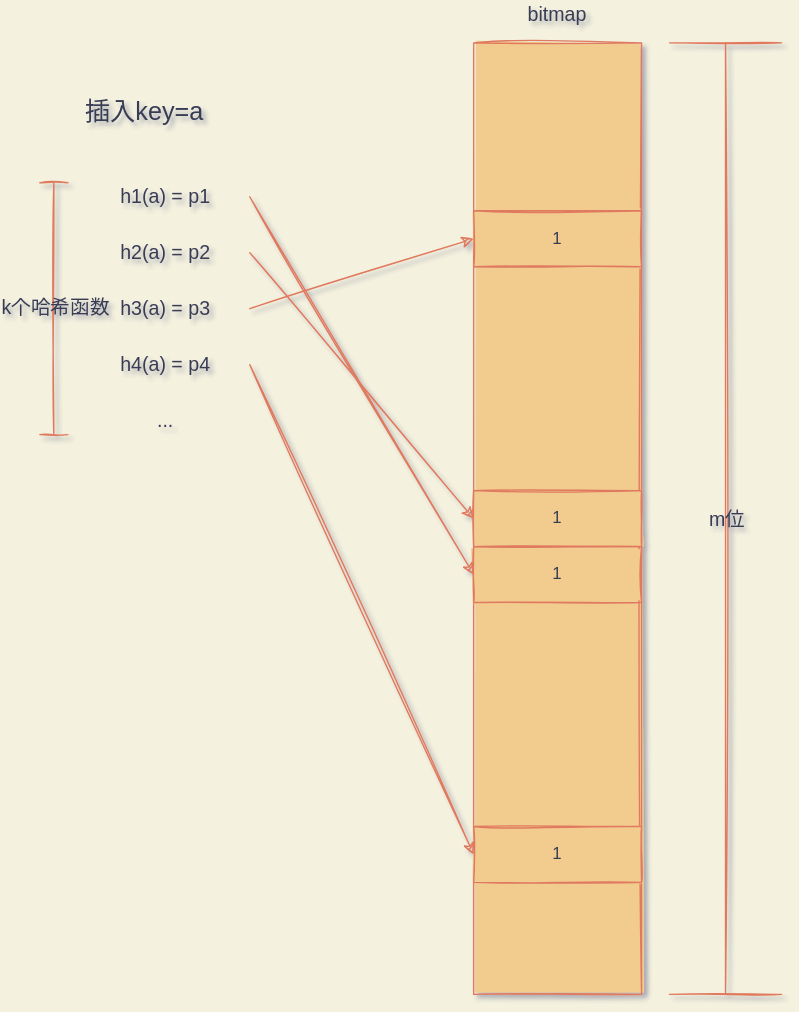
Before: inserting-key-into-bloom-filter.drawio.svg, a diagram exported from draw.io (oliverdding/images). Source tidied: cells renumbered, new cells last; positions are measured from the earlier drawing's top-left corner, leaving out a move shared by most shapes.
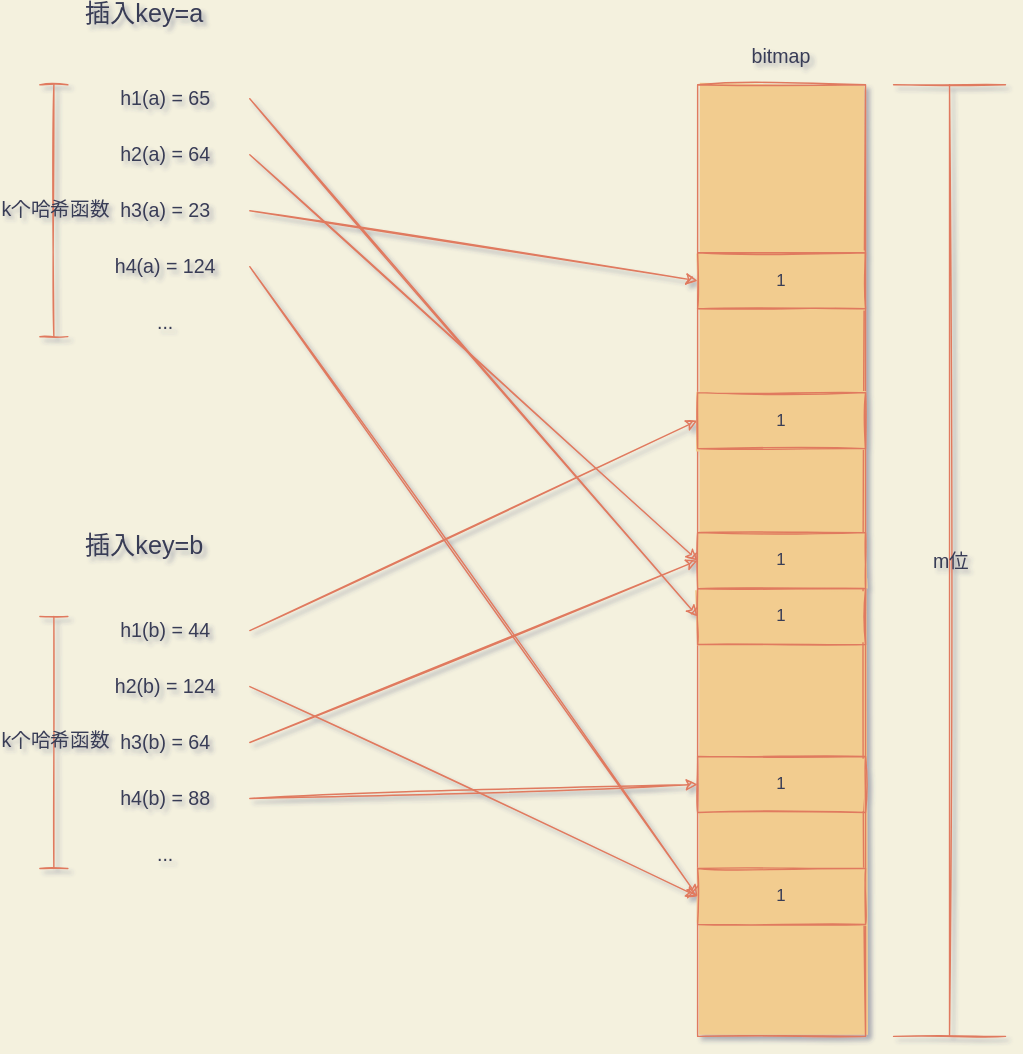
After the change.

Change to the diagram source:
```diff
@@ -18,31 +18,31 @@
       <mxGeometry x="310" y="590" width="120" height="40" as="geometry" />
     </mxCell>
     <mxCell id="7" value="插入key=a" style="text;html=1;strokeColor=none;fillColor=none;align=center;verticalAlign=middle;whiteSpace=wrap;rounded=0;fontSize=18;fontColor=#393C56;sketch=1;" parent="1" vertex="1">
-      <mxGeometry x="30" y="70" width="90" height="20" as="geometry" />
+      <mxGeometry x="-130" y="-30" width="90" height="20" as="geometry" />
     </mxCell>
     <mxCell id="8" style="edgeStyle=none;html=1;exitX=1;exitY=0.5;exitDx=0;exitDy=0;entryX=0;entryY=0.5;entryDx=0;entryDy=0;fontSize=14;rounded=0;endArrow=classic;strokeColor=#E07A5F;endFill=1;sketch=1;labelBackgroundColor=#F4F1DE;fontColor=#393C56;" parent="1" edge="1" source="9" target="5">
       <mxGeometry relative="1" as="geometry" />
     </mxCell>
-    <mxCell id="9" value="h1(a) = p1" style="text;html=1;strokeColor=none;fillColor=none;align=center;verticalAlign=middle;whiteSpace=wrap;rounded=0;fontSize=14;fontColor=#393C56;sketch=1;" parent="1" vertex="1">
-      <mxGeometry x="30" y="130" width="120" height="20" as="geometry" />
+    <mxCell id="9" value="h1(a) = 65" style="text;html=1;strokeColor=none;fillColor=none;align=center;verticalAlign=middle;whiteSpace=wrap;rounded=0;fontSize=14;fontColor=#393C56;sketch=1;" parent="1" vertex="1">
+      <mxGeometry x="-130" y="30" width="120" height="20" as="geometry" />
     </mxCell>
     <mxCell id="10" style="edgeStyle=none;html=1;exitX=1;exitY=0.5;exitDx=0;exitDy=0;entryX=0;entryY=0.5;entryDx=0;entryDy=0;fontSize=14;rounded=0;endArrow=classic;strokeColor=#E07A5F;endFill=1;sketch=1;labelBackgroundColor=#F4F1DE;fontColor=#393C56;" parent="1" edge="1" source="11" target="4">
       <mxGeometry relative="1" as="geometry" />
     </mxCell>
-    <mxCell id="11" value="h2(a) = p2" style="text;html=1;strokeColor=none;fillColor=none;align=center;verticalAlign=middle;whiteSpace=wrap;rounded=0;fontSize=14;fontColor=#393C56;sketch=1;" parent="1" vertex="1">
-      <mxGeometry x="30" y="170" width="120" height="20" as="geometry" />
+    <mxCell id="11" value="h2(a) = 64" style="text;html=1;strokeColor=none;fillColor=none;align=center;verticalAlign=middle;whiteSpace=wrap;rounded=0;fontSize=14;fontColor=#393C56;sketch=1;" parent="1" vertex="1">
+      <mxGeometry x="-130" y="70" width="120" height="20" as="geometry" />
     </mxCell>
     <mxCell id="12" style="edgeStyle=none;html=1;exitX=1;exitY=0.5;exitDx=0;exitDy=0;entryX=0;entryY=0.5;entryDx=0;entryDy=0;fontSize=14;rounded=0;endArrow=classic;strokeColor=#E07A5F;endFill=1;sketch=1;labelBackgroundColor=#F4F1DE;fontColor=#393C56;" parent="1" edge="1" source="13" target="3">
       <mxGeometry relative="1" as="geometry" />
     </mxCell>
-    <mxCell id="13" value="h3(a) = p3" style="text;html=1;strokeColor=none;fillColor=none;align=center;verticalAlign=middle;whiteSpace=wrap;rounded=0;fontSize=14;fontColor=#393C56;sketch=1;" parent="1" vertex="1">
-      <mxGeometry x="30" y="210" width="120" height="20" as="geometry" />
+    <mxCell id="13" value="h3(a) = 23" style="text;html=1;strokeColor=none;fillColor=none;align=center;verticalAlign=middle;whiteSpace=wrap;rounded=0;fontSize=14;fontColor=#393C56;sketch=1;" parent="1" vertex="1">
+      <mxGeometry x="-130" y="110" width="120" height="20" as="geometry" />
     </mxCell>
     <mxCell id="14" style="edgeStyle=none;html=1;exitX=1;exitY=0.5;exitDx=0;exitDy=0;entryX=0;entryY=0.5;entryDx=0;entryDy=0;fontSize=14;rounded=0;endArrow=classic;strokeColor=#E07A5F;endFill=1;sketch=1;labelBackgroundColor=#F4F1DE;fontColor=#393C56;" parent="1" edge="1" source="15" target="6">
       <mxGeometry relative="1" as="geometry" />
     </mxCell>
-    <mxCell id="15" value="h4(a) = p4" style="text;html=1;strokeColor=none;fillColor=none;align=center;verticalAlign=middle;whiteSpace=wrap;rounded=0;fontSize=14;fontColor=#393C56;sketch=1;" parent="1" vertex="1">
-      <mxGeometry x="30" y="250" width="120" height="20" as="geometry" />
+    <mxCell id="15" value="h4(a) = 124" style="text;html=1;strokeColor=none;fillColor=none;align=center;verticalAlign=middle;whiteSpace=wrap;rounded=0;fontSize=14;fontColor=#393C56;sketch=1;" parent="1" vertex="1">
+      <mxGeometry x="-130" y="150" width="120" height="20" as="geometry" />
     </mxCell>
     <mxCell id="16" value="bitmap" style="text;html=1;strokeColor=none;fillColor=none;align=center;verticalAlign=middle;whiteSpace=wrap;rounded=0;fontSize=14;fontColor=#393C56;sketch=1;" parent="1" vertex="1">
       <mxGeometry x="350" width="40" height="20" as="geometry" />
@@ -71,12 +71,12 @@
       </mxGeometry>
     </mxCell>
     <mxCell id="21" value="..." style="text;html=1;strokeColor=none;fillColor=none;align=center;verticalAlign=middle;whiteSpace=wrap;rounded=0;fontSize=14;sketch=1;fontColor=#393C56;" parent="1" vertex="1">
-      <mxGeometry x="30" y="290" width="120" height="20" as="geometry" />
+      <mxGeometry x="-130" y="190" width="120" height="20" as="geometry" />
     </mxCell>
     <mxCell id="22" style="endArrow=none;html=1;fontSize=14;rounded=0;strokeColor=#E07A5F;sketch=1;labelBackgroundColor=#F4F1DE;fontColor=#393C56;" parent="1" edge="1">
       <mxGeometry relative="1" as="geometry">
-        <mxPoint x="10" y="310" as="sourcePoint" />
-        <mxPoint x="10" y="130" as="targetPoint" />
+        <mxPoint x="-150" y="210" as="sourcePoint" />
+        <mxPoint x="-150" y="30" as="targetPoint" />
       </mxGeometry>
     </mxCell>
     <mxCell id="23" value="k个哈希函数" style="edgeLabel;html=1;align=center;verticalAlign=middle;fontSize=14;rounded=0;labelBackgroundColor=none;fontColor=#393C56;sketch=1;" parent="22" vertex="1">
@@ -84,15 +84,72 @@
     </mxCell>
     <mxCell id="24" style="endArrow=none;html=1;fontSize=14;rounded=0;strokeColor=#E07A5F;sketch=1;labelBackgroundColor=#F4F1DE;fontColor=#393C56;" parent="1" edge="1">
       <mxGeometry relative="1" as="geometry">
-        <mxPoint y="130" as="sourcePoint" />
-        <mxPoint x="20" y="130" as="targetPoint" />
+        <mxPoint x="-160" y="30" as="sourcePoint" />
+        <mxPoint x="-140" y="30" as="targetPoint" />
       </mxGeometry>
     </mxCell>
     <mxCell id="25" style="endArrow=none;html=1;fontSize=14;rounded=0;strokeColor=#E07A5F;sketch=1;labelBackgroundColor=#F4F1DE;fontColor=#393C56;" parent="1" edge="1">
       <mxGeometry relative="1" as="geometry">
-        <mxPoint y="310" as="sourcePoint" />
-        <mxPoint x="20" y="310" as="targetPoint" />
+        <mxPoint x="-160" y="210" as="sourcePoint" />
+        <mxPoint x="-140" y="210" as="targetPoint" />
       </mxGeometry>
     </mxCell>
+    <mxCell id="26" value="插入key=b" style="text;html=1;strokeColor=none;fillColor=none;align=center;verticalAlign=middle;whiteSpace=wrap;rounded=0;fontSize=18;fontColor=#393C56;sketch=1;" parent="1" vertex="1">
+      <mxGeometry x="-130" y="350" width="90" height="20" as="geometry" />
+    </mxCell>
+    <mxCell id="27" style="rounded=0;jettySize=auto;html=1;exitX=1;exitY=0.5;exitDx=0;exitDy=0;entryX=0;entryY=0.5;entryDx=0;entryDy=0;labelBackgroundColor=#F4F1DE;fontSize=14;strokeColor=#E07A5F;fontColor=#393C56;endFill=1;sketch=1;" parent="1" edge="1" source="28" target="40">
+      <mxGeometry relative="1" as="geometry" />
+    </mxCell>
+    <mxCell id="28" value="h1(b) = 44" style="text;html=1;strokeColor=none;fillColor=none;align=center;verticalAlign=middle;whiteSpace=wrap;rounded=0;fontSize=14;fontColor=#393C56;sketch=1;" parent="1" vertex="1">
+      <mxGeometry x="-130" y="410" width="120" height="20" as="geometry" />
+    </mxCell>
+    <mxCell id="29" style="edgeStyle=none;shape=connector;rounded=0;sketch=1;jettySize=auto;html=1;exitX=1;exitY=0.5;exitDx=0;exitDy=0;entryX=0;entryY=0.5;entryDx=0;entryDy=0;labelBackgroundColor=#F4F1DE;fontFamily=Helvetica;fontSize=14;fontColor=#393C56;endArrow=classic;endFill=1;strokeColor=#E07A5F;" parent="1" edge="1" source="30" target="6">
+      <mxGeometry relative="1" as="geometry" />
+    </mxCell>
+    <mxCell id="30" value="h2(b) = 124" style="text;html=1;strokeColor=none;fillColor=none;align=center;verticalAlign=middle;whiteSpace=wrap;rounded=0;fontSize=14;fontColor=#393C56;sketch=1;" parent="1" vertex="1">
+      <mxGeometry x="-130" y="450" width="120" height="20" as="geometry" />
+    </mxCell>
+    <mxCell id="31" style="edgeStyle=none;shape=connector;rounded=0;sketch=1;jettySize=auto;html=1;exitX=1;exitY=0.5;exitDx=0;exitDy=0;entryX=0;entryY=0.5;entryDx=0;entryDy=0;labelBackgroundColor=#F4F1DE;fontFamily=Helvetica;fontSize=14;fontColor=#393C56;endArrow=classic;endFill=1;strokeColor=#E07A5F;" parent="1" edge="1" source="32" target="4">
+      <mxGeometry relative="1" as="geometry" />
+    </mxCell>
+    <mxCell id="32" value="h3(b) = 64" style="text;html=1;strokeColor=none;fillColor=none;align=center;verticalAlign=middle;whiteSpace=wrap;rounded=0;fontSize=14;fontColor=#393C56;sketch=1;" parent="1" vertex="1">
+      <mxGeometry x="-130" y="490" width="120" height="20" as="geometry" />
+    </mxCell>
+    <mxCell id="33" style="edgeStyle=none;shape=connector;rounded=0;sketch=1;jettySize=auto;html=1;exitX=1;exitY=0.5;exitDx=0;exitDy=0;entryX=0;entryY=0.5;entryDx=0;entryDy=0;labelBackgroundColor=#F4F1DE;fontFamily=Helvetica;fontSize=14;fontColor=#393C56;endArrow=classic;endFill=1;strokeColor=#E07A5F;" parent="1" edge="1" source="34" target="41">
+      <mxGeometry relative="1" as="geometry" />
+    </mxCell>
+    <mxCell id="34" value="h4(b) = 88" style="text;html=1;strokeColor=none;fillColor=none;align=center;verticalAlign=middle;whiteSpace=wrap;rounded=0;fontSize=14;fontColor=#393C56;sketch=1;" parent="1" vertex="1">
+      <mxGeometry x="-130" y="530" width="120" height="20" as="geometry" />
+    </mxCell>
+    <mxCell id="35" value="..." style="text;html=1;strokeColor=none;fillColor=none;align=center;verticalAlign=middle;whiteSpace=wrap;rounded=0;fontSize=14;sketch=1;fontColor=#393C56;" parent="1" vertex="1">
+      <mxGeometry x="-130" y="570" width="120" height="20" as="geometry" />
+    </mxCell>
+    <mxCell id="36" style="endArrow=none;html=1;fontSize=14;rounded=0;strokeColor=#E07A5F;sketch=1;labelBackgroundColor=#F4F1DE;fontColor=#393C56;" parent="1" edge="1">
+      <mxGeometry relative="1" as="geometry">
+        <mxPoint x="-150" y="590" as="sourcePoint" />
+        <mxPoint x="-150" y="410" as="targetPoint" />
+      </mxGeometry>
+    </mxCell>
+    <mxCell id="37" value="k个哈希函数" style="edgeLabel;html=1;align=center;verticalAlign=middle;fontSize=14;rounded=0;labelBackgroundColor=none;fontColor=#393C56;sketch=1;" parent="36" vertex="1">
+      <mxGeometry x="0.02" relative="1" as="geometry" />
+    </mxCell>
+    <mxCell id="38" style="endArrow=none;html=1;fontSize=14;rounded=0;strokeColor=#E07A5F;sketch=1;labelBackgroundColor=#F4F1DE;fontColor=#393C56;" parent="1" edge="1">
+      <mxGeometry relative="1" as="geometry">
+        <mxPoint x="-160" y="410" as="sourcePoint" />
+        <mxPoint x="-140" y="410" as="targetPoint" />
+      </mxGeometry>
+    </mxCell>
+    <mxCell id="39" style="endArrow=none;html=1;fontSize=14;rounded=0;strokeColor=#E07A5F;sketch=1;labelBackgroundColor=#F4F1DE;fontColor=#393C56;" parent="1" edge="1">
+      <mxGeometry relative="1" as="geometry">
+        <mxPoint x="-160" y="590" as="sourcePoint" />
+        <mxPoint x="-140" y="590" as="targetPoint" />
+      </mxGeometry>
+    </mxCell>
+    <mxCell id="40" value="1" style="rounded=0;whiteSpace=wrap;html=1;fillStyle=solid;fillColor=#F2CC8F;strokeColor=#E07A5F;fontColor=#393C56;sketch=1;" parent="1" vertex="1">
+      <mxGeometry x="310" y="250" width="120" height="40" as="geometry" />
+    </mxCell>
+    <mxCell id="41" value="1" style="rounded=0;whiteSpace=wrap;html=1;fillStyle=solid;fillColor=#F2CC8F;strokeColor=#E07A5F;fontColor=#393C56;sketch=1;" parent="1" vertex="1">
+      <mxGeometry x="310" y="510" width="120" height="40" as="geometry" />
+    </mxCell>
   </root>
 </mxGraphModel>
```
